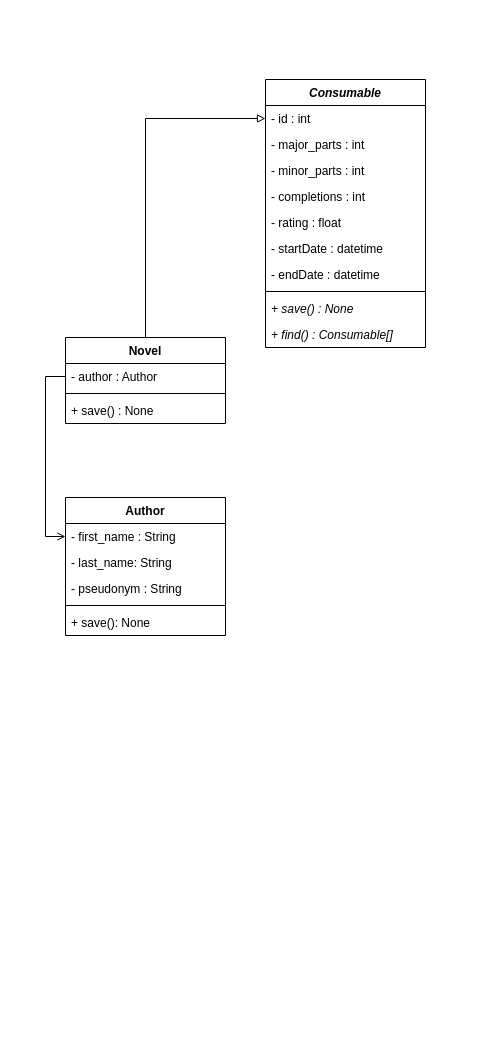
Before: docs/classes.drawio in t44dev/ConsumptionCLI, a draw.io diagram. Source tidied: cells renumbered, new cells numbered last; positions are measured from the earlier drawing's top-left corner, leaving out a move shared by most shapes. Both pictures are drawn from the tidied source at 100%, with x=0, y=0 at pixel (65, 79).
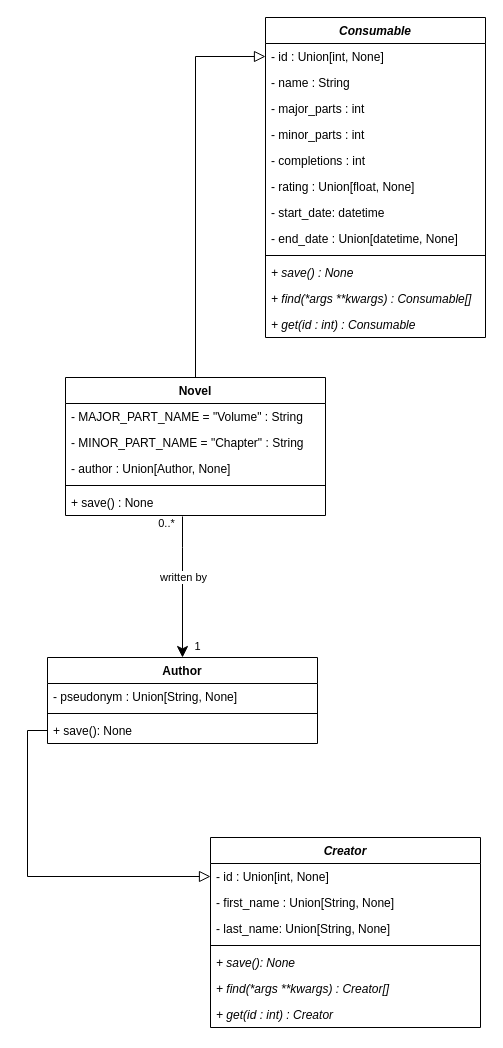
The same page after the edit.

Commit message (it also covers changes not shown here):
Updated class diagram with completed Novel implementation

The edit, as a diff of the source:
```diff
@@
     <mxCell id="2" value="Consumable" style="swimlane;fontStyle=3;align=center;verticalAlign=top;horizontal=1;startSize=26;" parent="1" vertex="1">
-      <mxGeometry x="200" width="160" height="268" as="geometry" />
+      <mxGeometry x="200" y="-62" width="220" height="320" as="geometry" />
     </mxCell>
-    <mxCell id="3" value="- id : int" style="text;strokeColor=none;fillColor=none;align=left;verticalAlign=top;spacingLeft=4;spacingRight=4;overflow=hidden;points=[[0,0.5],[1,0.5]];portConstraint=eastwest;" parent="2" vertex="1">
-      <mxGeometry y="26" width="160" height="26" as="geometry" />
+    <mxCell id="3" value="- id : Union[int, None]" style="text;strokeColor=none;fillColor=none;align=left;verticalAlign=top;spacingLeft=4;spacingRight=4;overflow=hidden;points=[[0,0.5],[1,0.5]];portConstraint=eastwest;" parent="2" vertex="1">
+      <mxGeometry y="26" width="220" height="26" as="geometry" />
     </mxCell>
+    <mxCell id="25" value="- name : String" style="text;strokeColor=none;fillColor=none;align=left;verticalAlign=top;spacingLeft=4;spacingRight=4;overflow=hidden;" parent="2" vertex="1">
+      <mxGeometry y="52" width="220" height="26" as="geometry" />
+    </mxCell>
     <mxCell id="4" value="- major_parts : int" style="text;strokeColor=none;fillColor=none;align=left;verticalAlign=top;spacingLeft=4;spacingRight=4;overflow=hidden;" parent="2" vertex="1">
-      <mxGeometry y="52" width="160" height="26" as="geometry" />
+      <mxGeometry y="78" width="220" height="26" as="geometry" />
     </mxCell>
     <mxCell id="5" value="- minor_parts : int" style="text;strokeColor=none;fillColor=none;align=left;verticalAlign=top;spacingLeft=4;spacingRight=4;overflow=hidden;" parent="2" vertex="1">
-      <mxGeometry y="78" width="160" height="26" as="geometry" />
+      <mxGeometry y="104" width="220" height="26" as="geometry" />
     </mxCell>
     <mxCell id="6" value="- completions : int" style="text;strokeColor=none;fillColor=none;align=left;verticalAlign=top;spacingLeft=4;spacingRight=4;overflow=hidden;" parent="2" vertex="1">
-      <mxGeometry y="104" width="160" height="26" as="geometry" />
+      <mxGeometry y="130" width="220" height="26" as="geometry" />
     </mxCell>
-    <mxCell id="7" value="- rating : float" style="text;strokeColor=none;fillColor=none;align=left;verticalAlign=top;spacingLeft=4;spacingRight=4;overflow=hidden;" parent="2" vertex="1">
-      <mxGeometry y="130" width="160" height="26" as="geometry" />
+    <mxCell id="7" value="- rating : Union[float, None]" style="text;strokeColor=none;fillColor=none;align=left;verticalAlign=top;spacingLeft=4;spacingRight=4;overflow=hidden;" parent="2" vertex="1">
+      <mxGeometry y="156" width="220" height="26" as="geometry" />
     </mxCell>
-    <mxCell id="8" value="- startDate : datetime" style="text;strokeColor=none;fillColor=none;align=left;verticalAlign=top;spacingLeft=4;spacingRight=4;overflow=hidden;" parent="2" vertex="1">
-      <mxGeometry y="156" width="160" height="26" as="geometry" />
+    <mxCell id="8" value="- start_date: datetime" style="text;strokeColor=none;fillColor=none;align=left;verticalAlign=top;spacingLeft=4;spacingRight=4;overflow=hidden;" parent="2" vertex="1">
+      <mxGeometry y="182" width="220" height="26" as="geometry" />
     </mxCell>
-    <mxCell id="9" value="- endDate : datetime" style="text;strokeColor=none;fillColor=none;align=left;verticalAlign=top;spacingLeft=4;spacingRight=4;overflow=hidden;" parent="2" vertex="1">
-      <mxGeometry y="182" width="160" height="26" as="geometry" />
+    <mxCell id="9" value="- end_date : Union[datetime, None]" style="text;strokeColor=none;fillColor=none;align=left;verticalAlign=top;spacingLeft=4;spacingRight=4;overflow=hidden;" parent="2" vertex="1">
+      <mxGeometry y="208" width="220" height="26" as="geometry" />
     </mxCell>
     <mxCell id="10" style="line;strokeWidth=1;fillColor=none;align=left;verticalAlign=middle;spacingTop=-1;spacingLeft=3;spacingRight=3;labelPosition=right;strokeColor=inherit;" parent="2" vertex="1">
-      <mxGeometry y="208" width="160" height="8" as="geometry" />
+      <mxGeometry y="234" width="220" height="8" as="geometry" />
     </mxCell>
     <mxCell id="11" value="+ save() : None" style="text;strokeColor=none;fillColor=none;align=left;verticalAlign=top;spacingLeft=4;spacingRight=4;overflow=hidden;fontStyle=2;" parent="2" vertex="1">
-      <mxGeometry y="216" width="160" height="26" as="geometry" />
+      <mxGeometry y="242" width="220" height="26" as="geometry" />
     </mxCell>
-    <mxCell id="12" value="+ find() : Consumable[]" style="text;strokeColor=none;fillColor=none;align=left;verticalAlign=top;spacingLeft=4;spacingRight=4;overflow=hidden;fontStyle=2;" parent="2" vertex="1">
-      <mxGeometry y="242" width="160" height="26" as="geometry" />
+    <mxCell id="12" value="+ find(*args **kwargs) : Consumable[]" style="text;strokeColor=none;fillColor=none;align=left;verticalAlign=top;spacingLeft=4;spacingRight=4;overflow=hidden;fontStyle=2;" parent="2" vertex="1">
+      <mxGeometry y="268" width="220" height="26" as="geometry" />
     </mxCell>
+    <mxCell id="26" value="+ get(id : int) : Consumable" style="text;strokeColor=none;fillColor=none;align=left;verticalAlign=top;spacingLeft=4;spacingRight=4;overflow=hidden;fontStyle=2;" parent="2" vertex="1">
+      <mxGeometry y="294" width="220" height="26" as="geometry" />
+    </mxCell>
-    <mxCell id="13" style="edgeStyle=orthogonalEdgeStyle;rounded=0;jettySize=auto;html=1;endArrow=block;endFill=0;entryX=0;entryY=0.5;entryDx=0;entryDy=0;" parent="1" edge="1" source="14" target="3">
+    <mxCell id="13" style="edgeStyle=orthogonalEdgeStyle;rounded=0;jettySize=auto;html=1;endArrow=block;endFill=0;entryX=0;entryY=0.5;entryDx=0;entryDy=0;endSize=9;" parent="1" edge="1" source="14" target="3">
       <mxGeometry relative="1" as="geometry" />
     </mxCell>
     <mxCell id="14" value="Novel" style="swimlane;fontStyle=1;align=center;verticalAlign=top;horizontal=1;startSize=26;" parent="1" vertex="1">
-      <mxGeometry y="258" width="160" height="86" as="geometry" />
+      <mxGeometry y="298" width="260" height="138" as="geometry" />
     </mxCell>
+    <mxCell id="27" value="- MAJOR_PART_NAME = &quot;Volume&quot; : String" style="text;strokeColor=none;fillColor=none;align=left;verticalAlign=top;spacingLeft=4;spacingRight=4;overflow=hidden;" parent="14" vertex="1">
+      <mxGeometry y="26" width="260" height="26" as="geometry" />
+    </mxCell>
+    <mxCell id="28" value="- MINOR_PART_NAME = &quot;Chapter&quot; : String" style="text;strokeColor=none;fillColor=none;align=left;verticalAlign=top;spacingLeft=4;spacingRight=4;overflow=hidden;" parent="14" vertex="1">
+      <mxGeometry y="52" width="260" height="26" as="geometry" />
+    </mxCell>
-    <mxCell id="15" value="- author : Author" style="text;strokeColor=none;fillColor=none;align=left;verticalAlign=top;spacingLeft=4;spacingRight=4;overflow=hidden;points=[[0,0.5],[1,0.5]];portConstraint=eastwest;" parent="14" vertex="1">
-      <mxGeometry y="26" width="160" height="26" as="geometry" />
+    <mxCell id="15" value="- author : Union[Author, None]" style="text;strokeColor=none;fillColor=none;align=left;verticalAlign=top;spacingLeft=4;spacingRight=4;overflow=hidden;points=[[0,0.5],[1,0.5]];portConstraint=eastwest;" parent="14" vertex="1">
+      <mxGeometry y="78" width="260" height="26" as="geometry" />
     </mxCell>
     <mxCell id="16" style="line;strokeWidth=1;fillColor=none;align=left;verticalAlign=middle;spacingTop=-1;spacingLeft=3;spacingRight=3;labelPosition=right;strokeColor=inherit;" parent="14" vertex="1">
-      <mxGeometry y="52" width="160" height="8" as="geometry" />
+      <mxGeometry y="104" width="260" height="8" as="geometry" />
     </mxCell>
     <mxCell id="17" value="+ save() : None" style="text;strokeColor=none;fillColor=none;align=left;verticalAlign=top;spacingLeft=4;spacingRight=4;overflow=hidden;points=[[0,0.5],[1,0.5]];portConstraint=eastwest;fontStyle=0;" parent="14" vertex="1">
-      <mxGeometry y="60" width="160" height="26" as="geometry" />
+      <mxGeometry y="112" width="260" height="26" as="geometry" />
     </mxCell>
     <mxCell id="18" value="Author" style="swimlane;fontStyle=1;align=center;verticalAlign=top;horizontal=1;startSize=26;" parent="1" vertex="1">
-      <mxGeometry y="418" width="160" height="138" as="geometry" />
+      <mxGeometry x="-18" y="578" width="270" height="86" as="geometry" />
     </mxCell>
-    <mxCell id="19" value="- first_name : String" style="text;strokeColor=none;fillColor=none;align=left;verticalAlign=top;spacingLeft=4;spacingRight=4;overflow=hidden;points=[[0,0.5],[1,0.5]];portConstraint=eastwest;" parent="18" vertex="1">
-      <mxGeometry y="26" width="160" height="26" as="geometry" />
-    </mxCell>
-    <mxCell id="20" value="- last_name: String" style="text;strokeColor=none;fillColor=none;align=left;verticalAlign=top;spacingLeft=4;spacingRight=4;overflow=hidden;" parent="18" vertex="1">
-      <mxGeometry y="52" width="160" height="26" as="geometry" />
-    </mxCell>
-    <mxCell id="21" value="- pseudonym : String" style="text;strokeColor=none;fillColor=none;align=left;verticalAlign=top;spacingLeft=4;spacingRight=4;overflow=hidden;" parent="18" vertex="1">
-      <mxGeometry y="78" width="160" height="26" as="geometry" />
+    <mxCell id="21" value="- pseudonym : Union[String, None]" style="text;strokeColor=none;fillColor=none;align=left;verticalAlign=top;spacingLeft=4;spacingRight=4;overflow=hidden;" parent="18" vertex="1">
+      <mxGeometry y="26" width="270" height="26" as="geometry" />
     </mxCell>
     <mxCell id="22" style="line;strokeWidth=1;fillColor=none;align=left;verticalAlign=middle;spacingTop=-1;spacingLeft=3;spacingRight=3;labelPosition=right;strokeColor=inherit;" parent="18" vertex="1">
-      <mxGeometry y="104" width="160" height="8" as="geometry" />
+      <mxGeometry y="52" width="270" height="8" as="geometry" />
     </mxCell>
     <mxCell id="23" value="+ save(): None" style="text;strokeColor=none;fillColor=none;align=left;verticalAlign=top;spacingLeft=4;spacingRight=4;overflow=hidden;points=[[0,0.5],[1,0.5]];portConstraint=eastwest;fontStyle=0;" parent="18" vertex="1">
-      <mxGeometry y="112" width="160" height="26" as="geometry" />
+      <mxGeometry y="60" width="270" height="26" as="geometry" />
     </mxCell>
-    <mxCell id="24" style="edgeStyle=orthogonalEdgeStyle;rounded=0;jettySize=auto;html=1;entryX=0;entryY=0.5;entryDx=0;entryDy=0;endArrow=open;endFill=0;" parent="1" edge="1" source="15" target="19">
-      <mxGeometry relative="1" as="geometry" />
-    </mxCell>
+    <mxCell id="29" value="Creator" style="swimlane;fontStyle=3;align=center;verticalAlign=top;horizontal=1;startSize=26;" parent="1" vertex="1">
+      <mxGeometry x="145" y="758" width="270" height="190" as="geometry" />
+    </mxCell>
+    <mxCell id="30" value="- id : Union[int, None]" style="text;strokeColor=none;fillColor=none;align=left;verticalAlign=top;spacingLeft=4;spacingRight=4;overflow=hidden;points=[[0,0.5],[1,0.5]];portConstraint=eastwest;" parent="29" vertex="1">
+      <mxGeometry y="26" width="270" height="26" as="geometry" />
+    </mxCell>
+    <mxCell id="31" value="- first_name : Union[String, None]" style="text;strokeColor=none;fillColor=none;align=left;verticalAlign=top;spacingLeft=4;spacingRight=4;overflow=hidden;" parent="29" vertex="1">
+      <mxGeometry y="52" width="270" height="26" as="geometry" />
+    </mxCell>
+    <mxCell id="32" value="- last_name: Union[String, None]" style="text;strokeColor=none;fillColor=none;align=left;verticalAlign=top;spacingLeft=4;spacingRight=4;overflow=hidden;" parent="29" vertex="1">
+      <mxGeometry y="78" width="270" height="26" as="geometry" />
+    </mxCell>
+    <mxCell id="33" style="line;strokeWidth=1;fillColor=none;align=left;verticalAlign=middle;spacingTop=-1;spacingLeft=3;spacingRight=3;labelPosition=right;strokeColor=inherit;" parent="29" vertex="1">
+      <mxGeometry y="104" width="270" height="8" as="geometry" />
+    </mxCell>
+    <mxCell id="34" value="+ save(): None" style="text;strokeColor=none;fillColor=none;align=left;verticalAlign=top;spacingLeft=4;spacingRight=4;overflow=hidden;fontStyle=2;" parent="29" vertex="1">
+      <mxGeometry y="112" width="270" height="26" as="geometry" />
+    </mxCell>
+    <mxCell id="35" value="+ find(*args **kwargs) : Creator[]" style="text;strokeColor=none;fillColor=none;align=left;verticalAlign=top;spacingLeft=4;spacingRight=4;overflow=hidden;fontStyle=2;" parent="29" vertex="1">
+      <mxGeometry y="138" width="270" height="26" as="geometry" />
+    </mxCell>
+    <mxCell id="36" value="+ get(id : int) : Creator" style="text;strokeColor=none;fillColor=none;align=left;verticalAlign=top;spacingLeft=4;spacingRight=4;overflow=hidden;fontStyle=2;" parent="29" vertex="1">
+      <mxGeometry y="164" width="270" height="26" as="geometry" />
+    </mxCell>
+    <mxCell id="37" style="edgeStyle=orthogonalEdgeStyle;rounded=0;jettySize=auto;html=1;entryX=0.5;entryY=0;entryDx=0;entryDy=0;endSize=9;exitX=0.45;exitY=1.038;exitDx=0;exitDy=0;exitPerimeter=0;" parent="1" edge="1" source="17" target="18">
+      <mxGeometry relative="1" as="geometry">
+        <Array as="points">
+          <mxPoint x="117" y="468" />
+          <mxPoint x="117" y="468" />
+        </Array>
+      </mxGeometry>
+    </mxCell>
+    <mxCell id="38" value="written by" style="edgeLabel;html=1;align=center;verticalAlign=middle;" parent="37" vertex="1">
+      <mxGeometry x="-0.13" relative="1" as="geometry" />
+    </mxCell>
+    <mxCell id="39" value="0..*" style="edgeLabel;html=1;align=center;verticalAlign=middle;" parent="37" vertex="1">
+      <mxGeometry x="-0.9" relative="1" as="geometry">
+        <mxPoint x="-17" as="offset" />
+      </mxGeometry>
+    </mxCell>
+    <mxCell id="40" style="edgeStyle=orthogonalEdgeStyle;rounded=0;jettySize=auto;html=1;exitX=0;exitY=0.5;exitDx=0;exitDy=0;entryX=0;entryY=0.5;entryDx=0;entryDy=0;endArrow=block;endFill=0;endSize=9;" parent="1" edge="1" source="23" target="30">
+      <mxGeometry relative="1" as="geometry" />
+    </mxCell>
+    <mxCell id="41" value="1" style="edgeLabel;html=1;align=center;verticalAlign=middle;" parent="1" vertex="1">
+      <mxGeometry x="100" y="453.8" as="geometry">
+        <mxPoint x="31" y="113" as="offset" />
+      </mxGeometry>
+    </mxCell>
```
